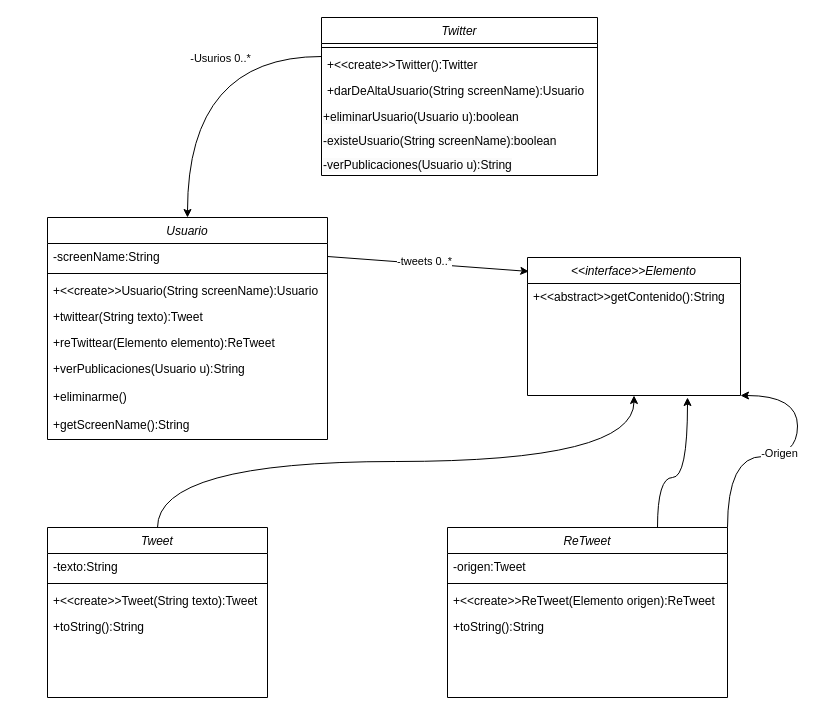
This is assets/Ejercicio1.drawio from FrancoCirielli16/Orientacion-a-objetos-2, a draw.io file, before an edit. Source tidied: cells renumbered, new cells numbered last; positions are measured from the earlier drawing's top-left corner, leaving out a move shared by most shapes. Both pictures are drawn from the tidied source at 100%, with x=0, y=0 at pixel (47, 17).
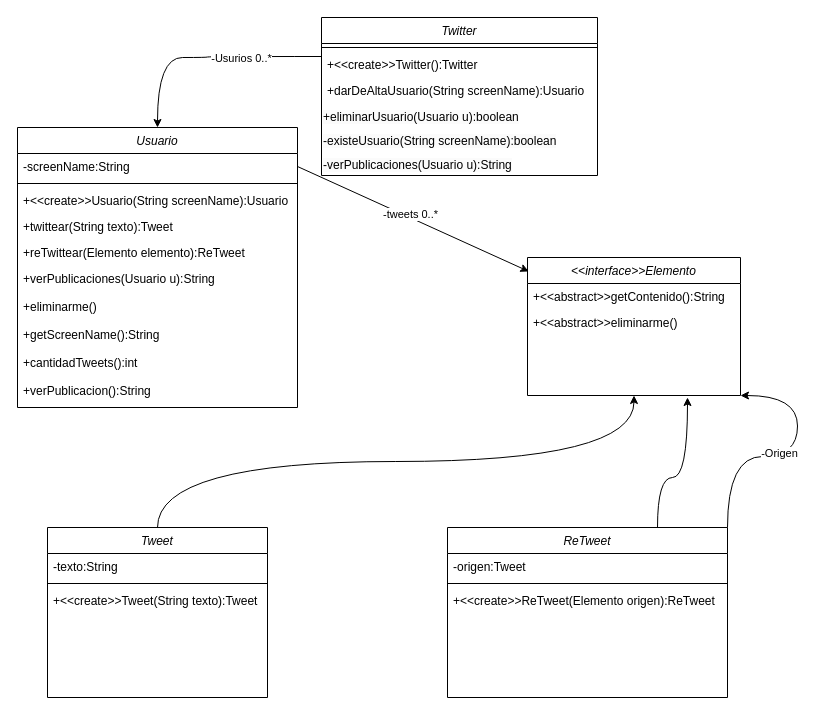
The same diagram, later.

Unchanged cells that the change refers to:
```xml
<mxCell id="23" value="Tweet" style="swimlane;fontStyle=2;align=center;verticalAlign=top;horizontal=1;startSize=26;rounded=0;shadow=0;strokeWidth=1;" parent="1" vertex="1">
  <mxGeometry y="510" width="220" height="170" as="geometry" />
</mxCell>
<mxCell id="31" value="ReTweet" style="swimlane;fontStyle=2;align=center;verticalAlign=top;horizontal=1;startSize=26;rounded=0;shadow=0;strokeWidth=1;" parent="1" vertex="1">
  <mxGeometry x="400" y="510" width="280" height="170" as="geometry" />
</mxCell>
<mxCell id="36" value="&lt;&lt;interface&gt;&gt;Elemento" style="swimlane;fontStyle=2;align=center;verticalAlign=top;horizontal=1;startSize=26;rounded=0;shadow=0;strokeWidth=1;" parent="1" vertex="1">
  <mxGeometry x="480" y="240" width="213" height="138" as="geometry" />
</mxCell>
```

The edit, as a diff of the source:
```diff
@@
     <mxCell id="2" value="Usuario" style="swimlane;fontStyle=2;align=center;verticalAlign=top;horizontal=1;startSize=26;rounded=0;shadow=0;strokeWidth=1;" parent="1" vertex="1">
-      <mxGeometry y="200" width="280" height="222" as="geometry" />
+      <mxGeometry x="-30" y="110" width="280" height="280" as="geometry" />
     </mxCell>
@@
+    <mxCell id="38" value="+cantidadTweets():int" style="text;align=left;verticalAlign=top;spacingLeft=4;spacingRight=4;overflow=hidden;" parent="2" vertex="1">
+      <mxGeometry y="222" width="280" height="28" as="geometry" />
+    </mxCell>
+    <mxCell id="39" value="+verPublicacion():String" style="text;align=left;verticalAlign=top;spacingLeft=4;spacingRight=4;overflow=hidden;" parent="2" vertex="1">
+      <mxGeometry y="250" width="280" height="28" as="geometry" />
+    </mxCell>
@@
     <mxCell id="18" style="endArrow=classic;html=1;rounded=0;exitX=0;exitY=0.5;exitDx=0;exitDy=0;entryX=0.5;entryY=0;entryDx=0;entryDy=0;edgeStyle=orthogonalEdgeStyle;curved=1;" parent="1" edge="1" target="2">
       <mxGeometry relative="1" as="geometry">
         <mxPoint x="274" y="39" as="sourcePoint" />
         <Array as="points">
-          <mxPoint x="140" y="39" />
+          <mxPoint x="160" y="39" />
+          <mxPoint x="160" y="40" />
+          <mxPoint x="110" y="40" />
         </Array>
       </mxGeometry>
     </mxCell>
@@
-    <mxCell id="27" value="+toString():String" style="text;align=left;verticalAlign=top;spacingLeft=4;spacingRight=4;overflow=hidden;" parent="23" vertex="1">
-      <mxGeometry y="86" width="220" height="26" as="geometry" />
-    </mxCell>
@@
-    <mxCell id="35" value="+toString():String" style="text;align=left;verticalAlign=top;spacingLeft=4;spacingRight=4;overflow=hidden;" parent="31" vertex="1">
-      <mxGeometry y="86" width="280" height="26" as="geometry" />
-    </mxCell>
@@
+    <mxCell id="40" value="+&lt;&lt;abstract&gt;&gt;eliminarme()" style="text;align=left;verticalAlign=top;spacingLeft=4;spacingRight=4;overflow=hidden;" parent="36" vertex="1">
+      <mxGeometry y="52" width="213" height="26" as="geometry" />
+    </mxCell>
```
